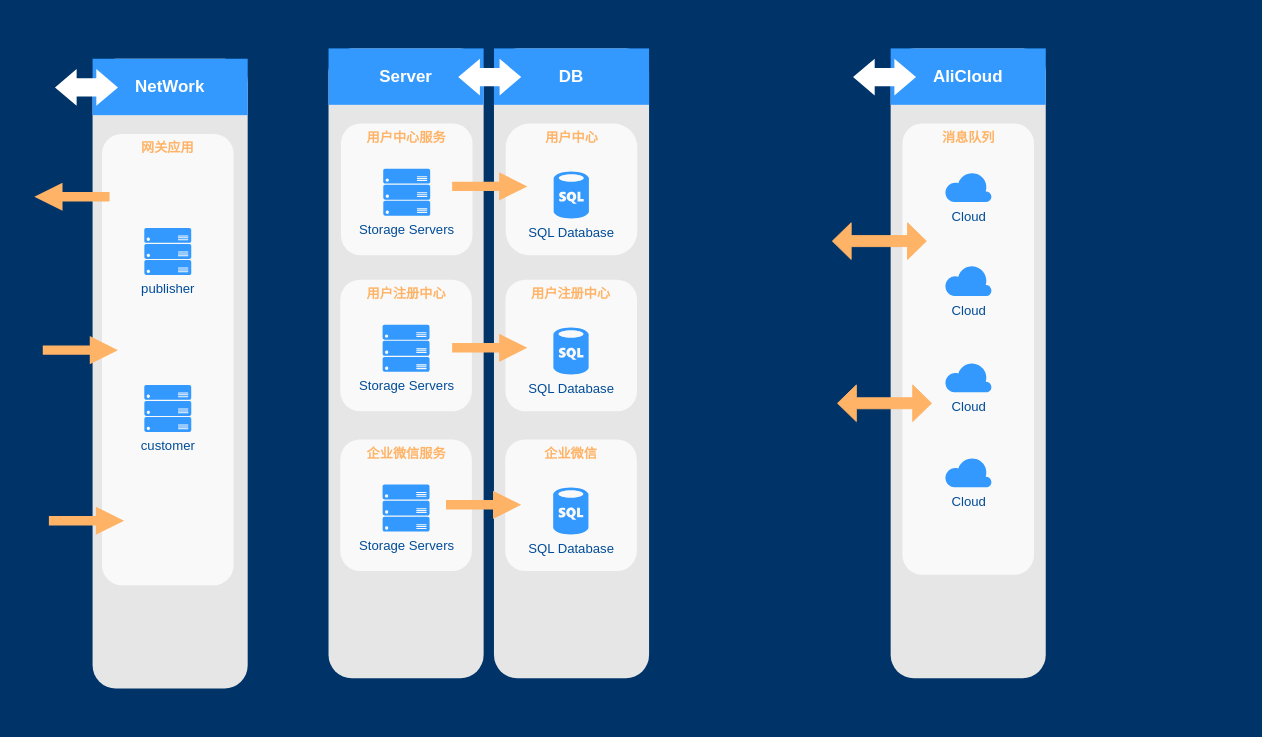
The draw.io diagram Untitled Diagram6.drawio in yigoC/test, before the edit. Source tidied: cells renumbered, new cells numbered last; positions are measured from the earlier drawing's top-left corner, leaving out a move shared by most shapes. Both pictures are drawn from the tidied source at 94%, with x=0, y=0 at pixel (34, 16).
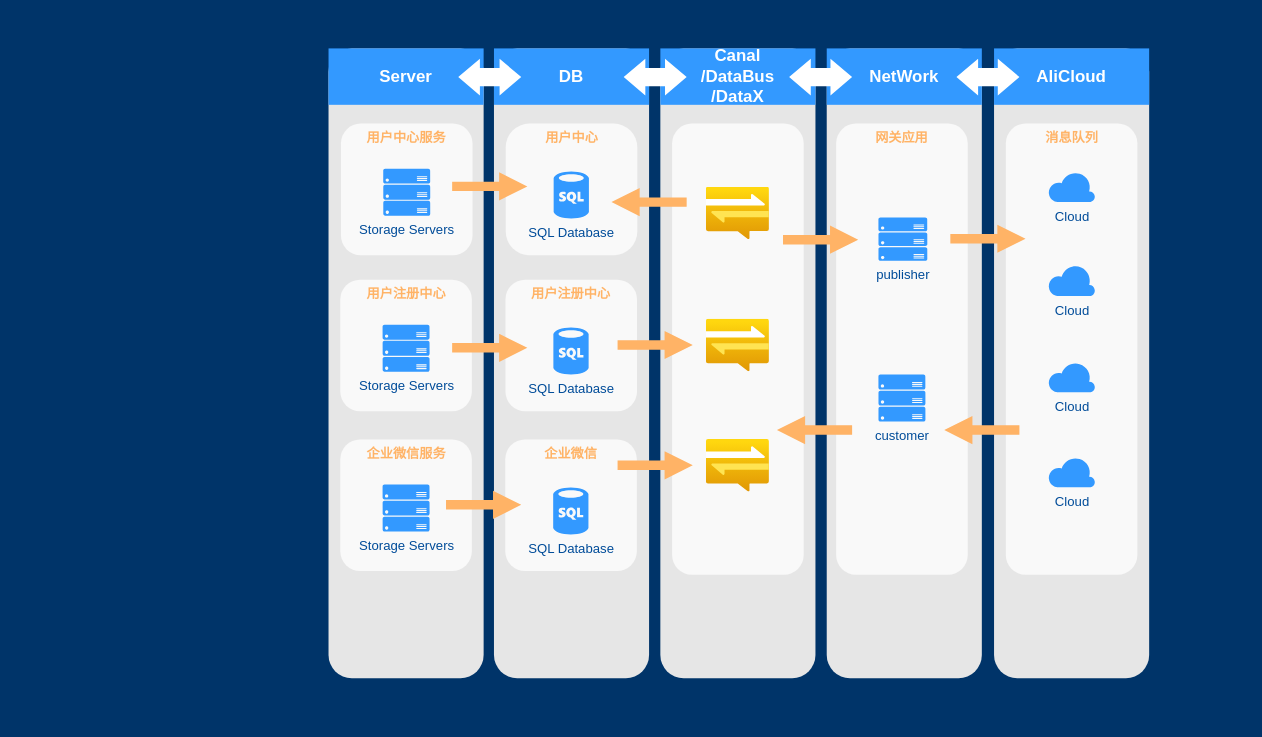
The same diagram, later.

Diff of the diagram source:
```diff
@@
     <mxCell id="4" style="rounded=1;whiteSpace=wrap;html=1;dashed=1;strokeColor=none;strokeWidth=2;fillColor=#E6E6E6;fontFamily=Verdana;fontSize=12;fontColor=#00BEF2;" parent="1" vertex="1">
-      <mxGeometry x="62" y="45" width="165" height="670" as="geometry" />
+      <mxGeometry x="843" y="34" width="165" height="670" as="geometry" />
     </mxCell>
     <mxCell id="5" style="rounded=1;whiteSpace=wrap;html=1;dashed=1;strokeColor=none;strokeWidth=2;fillColor=#E6E6E6;fontFamily=Verdana;fontSize=12;fontColor=#00BEF2;" parent="1" vertex="1">
-      <mxGeometry x="911" y="34" width="165" height="670" as="geometry" />
+      <mxGeometry x="666" y="34" width="165" height="670" as="geometry" />
     </mxCell>
@@
     <mxCell id="8" value="NetWork" style="whiteSpace=wrap;html=1;dashed=1;strokeColor=none;strokeWidth=2;fillColor=#3399FF;fontFamily=Helvetica;fontSize=18;fontColor=#FFFFFF;fontStyle=1;" parent="1" vertex="1">
-      <mxGeometry x="62" y="45" width="165" height="60" as="geometry" />
+      <mxGeometry x="843" y="34" width="165" height="60" as="geometry" />
     </mxCell>
-    <mxCell id="9" value="AliCloud" style="whiteSpace=wrap;html=1;dashed=1;strokeColor=none;strokeWidth=2;fillColor=#3399FF;fontFamily=Helvetica;fontSize=18;fontColor=#FFFFFF;fontStyle=1;" parent="1" vertex="1">
-      <mxGeometry x="911" y="34" width="165" height="60" as="geometry" />
+    <mxCell id="9" value="Canal&lt;br&gt;/DataBus&lt;br&gt;/DataX" style="whiteSpace=wrap;html=1;dashed=1;strokeColor=none;strokeWidth=2;fillColor=#3399FF;fontFamily=Helvetica;fontSize=18;fontColor=#FFFFFF;fontStyle=1;" parent="1" vertex="1">
+      <mxGeometry x="666" y="34" width="165" height="60" as="geometry" />
     </mxCell>
@@
     <mxCell id="11" style="shape=mxgraph.arrows.two_way_arrow_horizontal;html=1;verticalLabelPosition=bottom;verticalAlign=top;strokeWidth=2;strokeColor=none;dashed=1;fillColor=#FFFFFF;fontFamily=Verdana;fontSize=12;fontColor=#00BEF2;" parent="1" vertex="1">
-      <mxGeometry x="22" y="56" width="67" height="39" as="geometry" />
+      <mxGeometry x="803" y="45" width="67" height="39" as="geometry" />
     </mxCell>
     <mxCell id="12" style="shape=mxgraph.arrows.two_way_arrow_horizontal;html=1;verticalLabelPosition=bottom;verticalAlign=top;strokeWidth=2;strokeColor=none;dashed=1;fillColor=#FFFFFF;fontFamily=Verdana;fontSize=12;fontColor=#00BEF2;" parent="1" vertex="1">
-      <mxGeometry x="871" y="45" width="67" height="39" as="geometry" />
+      <mxGeometry x="627" y="45" width="67" height="39" as="geometry" />
     </mxCell>
     <mxCell id="13" value="网关应用" style="rounded=1;whiteSpace=wrap;html=1;dashed=1;strokeColor=none;strokeWidth=2;fillColor=#FFFFFF;fontFamily=Helvetica;fontSize=14;fontColor=#FFB366;opacity=75;verticalAlign=top;fontStyle=1;" parent="1" vertex="1">
-      <mxGeometry x="72" y="125" width="140" height="480" as="geometry" />
+      <mxGeometry x="853" y="114" width="140" height="480" as="geometry" />
     </mxCell>
@@
-    <mxCell id="15" value="消息队列" style="rounded=1;whiteSpace=wrap;html=1;dashed=1;strokeColor=none;strokeWidth=2;fillColor=#FFFFFF;fontFamily=Helvetica;fontSize=14;fontColor=#FFB366;opacity=75;verticalAlign=top;fontStyle=1;" parent="1" vertex="1">
-      <mxGeometry x="923.5" y="114" width="140" height="480" as="geometry" />
+    <mxCell id="15" style="rounded=1;whiteSpace=wrap;html=1;dashed=1;strokeColor=none;strokeWidth=2;fillColor=#FFFFFF;fontFamily=Helvetica;fontSize=14;fontColor=#FFB366;opacity=75;verticalAlign=top;fontStyle=1;" parent="1" vertex="1">
+      <mxGeometry x="678.5" y="114" width="140" height="480" as="geometry" />
     </mxCell>
-    <mxCell id="16" value="Cloud" style="verticalLabelPosition=bottom;html=1;verticalAlign=top;strokeColor=none;fillColor=#3399FF;shape=mxgraph.azure.cloud;dashed=1;fontSize=14;fontColor=#004C99;" parent="1" vertex="1">
-      <mxGeometry x="968.5" y="165" width="50" height="32.5" as="geometry" />
-    </mxCell>
-    <mxCell id="17" style="arrow;html=1;endArrow=block;endFill=1;strokeColor=none;strokeWidth=4;fontFamily=Helvetica;fontSize=36;fontColor=#FFB366;fillColor=#FFB366;opacity=100;" parent="1" edge="1">
-      <mxGeometry relative="1" as="geometry">
-        <mxPoint x="80" y="191.8" as="sourcePoint" />
-        <mxPoint y="191.8" as="targetPoint" />
-      </mxGeometry>
-    </mxCell>
@@
     <mxCell id="32" style="arrow;html=1;endArrow=block;endFill=1;strokeColor=none;strokeWidth=4;fontFamily=Helvetica;fontSize=36;fontColor=#FFB366;fillColor=#FFB366;" parent="1" edge="1">
       <mxGeometry relative="1" as="geometry">
-        <mxPoint x="9" y="355" as="sourcePoint" />
-        <mxPoint x="89" y="355" as="targetPoint" />
+        <mxPoint x="796.5" y="237.5" as="sourcePoint" />
+        <mxPoint x="876.5" y="237.5" as="targetPoint" />
       </mxGeometry>
     </mxCell>
-    <mxCell id="33" style="arrow;html=1;endArrow=block;endFill=1;strokeColor=none;strokeWidth=4;fontFamily=Helvetica;fontSize=36;fontColor=#FFB366;fillColor=#FFB366;" parent="1" edge="1">
-      <mxGeometry relative="1" as="geometry">
-        <mxPoint x="15.5" y="536.5" as="sourcePoint" />
-        <mxPoint x="95.5" y="536.5" as="targetPoint" />
-      </mxGeometry>
-    </mxCell>
     <mxCell id="34" value="publisher" style="verticalLabelPosition=bottom;html=1;verticalAlign=top;strokeColor=none;fillColor=#3399FF;shape=mxgraph.azure.server_rack;dashed=1;fontFamily=Helvetica;fontSize=14;fontColor=#004C99;" parent="1" vertex="1">
-      <mxGeometry x="117" y="225" width="50" height="50" as="geometry" />
+      <mxGeometry x="898" y="214" width="52" height="46" as="geometry" />
     </mxCell>
     <mxCell id="35" value="customer" style="verticalLabelPosition=bottom;html=1;verticalAlign=top;strokeColor=none;fillColor=#3399FF;shape=mxgraph.azure.server_rack;dashed=1;fontFamily=Helvetica;fontSize=14;fontColor=#004C99;" parent="1" vertex="1">
-      <mxGeometry x="117" y="392" width="50" height="50" as="geometry" />
+      <mxGeometry x="898" y="381" width="50" height="50" as="geometry" />
     </mxCell>
-    <mxCell id="36" value="Cloud" style="verticalLabelPosition=bottom;html=1;verticalAlign=top;strokeColor=none;fillColor=#3399FF;shape=mxgraph.azure.cloud;dashed=1;fontSize=14;fontColor=#004C99;" parent="1" vertex="1">
-      <mxGeometry x="968.5" y="264" width="50" height="33.5" as="geometry" />
-    </mxCell>
-    <mxCell id="37" value="Cloud" style="verticalLabelPosition=bottom;html=1;verticalAlign=top;strokeColor=none;fillColor=#3399FF;shape=mxgraph.azure.cloud;dashed=1;fontSize=14;fontColor=#004C99;" parent="1" vertex="1">
-      <mxGeometry x="968.5" y="367.5" width="50" height="32.5" as="geometry" />
-    </mxCell>
-    <mxCell id="38" value="Cloud" style="verticalLabelPosition=bottom;html=1;verticalAlign=top;strokeColor=none;fillColor=#3399FF;shape=mxgraph.azure.cloud;dashed=1;fontSize=14;fontColor=#004C99;" parent="1" vertex="1">
-      <mxGeometry x="968.5" y="468.5" width="50" height="32.5" as="geometry" />
-    </mxCell>
-    <mxCell id="39" style="shape=doubleArrow;whiteSpace=wrap;html=1;strokeColor=#FFB366;fillColor=#FFB366;" parent="1" vertex="1">
-      <mxGeometry x="849" y="219.5" width="100" height="39" as="geometry" />
-    </mxCell>
-    <mxCell id="40" style="shape=doubleArrow;whiteSpace=wrap;html=1;strokeColor=#FFB366;fillColor=#FFB366;" parent="1" vertex="1">
-      <mxGeometry x="854.5" y="392" width="100" height="39" as="geometry" />
-    </mxCell>
     <mxCell id="41" value="&amp;nbsp;&amp;nbsp;" style="text;html=1;strokeColor=none;fillColor=none;align=center;verticalAlign=middle;whiteSpace=wrap;rounded=0;" parent="1" vertex="1">
-      <mxGeometry x="310" width="850" height="20" as="geometry" />
+      <mxGeometry x="270" width="1000" height="20" as="geometry" />
     </mxCell>
     <mxCell id="42" value="&amp;nbsp;&amp;nbsp;" style="text;html=1;strokeColor=none;fillColor=none;align=center;verticalAlign=middle;whiteSpace=wrap;rounded=0;" parent="1" vertex="1">
-      <mxGeometry x="310" y="730" width="850" height="20" as="geometry" />
+      <mxGeometry x="260" y="730" width="1030" height="20" as="geometry" />
     </mxCell>
+    <mxCell id="43" style="html=1;align=center;image;fontSize=12;image=img/lib/azure2/app_services/Notification_Hubs.svg;" parent="1" vertex="1">
+      <mxGeometry x="715" y="181.5" width="67" height="56" as="geometry" />
+    </mxCell>
+    <mxCell id="44" style="html=1;align=center;image;fontSize=12;image=img/lib/azure2/app_services/Notification_Hubs.svg;" parent="1" vertex="1">
+      <mxGeometry x="715" y="322" width="67" height="56" as="geometry" />
+    </mxCell>
+    <mxCell id="45" style="rounded=1;whiteSpace=wrap;html=1;dashed=1;strokeColor=none;strokeWidth=2;fillColor=#E6E6E6;fontFamily=Verdana;fontSize=12;fontColor=#00BEF2;" parent="1" vertex="1">
+      <mxGeometry x="1021" y="34" width="165" height="670" as="geometry" />
+    </mxCell>
+    <mxCell id="46" value="AliCloud" style="whiteSpace=wrap;html=1;dashed=1;strokeColor=none;strokeWidth=2;fillColor=#3399FF;fontFamily=Helvetica;fontSize=18;fontColor=#FFFFFF;fontStyle=1;" parent="1" vertex="1">
+      <mxGeometry x="1021" y="34" width="165" height="60" as="geometry" />
+    </mxCell>
+    <mxCell id="47" value="消息队列" style="rounded=1;whiteSpace=wrap;html=1;dashed=1;strokeColor=none;strokeWidth=2;fillColor=#FFFFFF;fontFamily=Helvetica;fontSize=14;fontColor=#FFB366;opacity=75;verticalAlign=top;fontStyle=1;" parent="1" vertex="1">
+      <mxGeometry x="1033.5" y="114" width="140" height="480" as="geometry" />
+    </mxCell>
+    <mxCell id="48" value="Cloud" style="verticalLabelPosition=bottom;html=1;verticalAlign=top;strokeColor=none;fillColor=#3399FF;shape=mxgraph.azure.cloud;dashed=1;fontSize=14;fontColor=#004C99;" parent="1" vertex="1">
+      <mxGeometry x="1078.5" y="165" width="50" height="32.5" as="geometry" />
+    </mxCell>
+    <mxCell id="49" value="Cloud" style="verticalLabelPosition=bottom;html=1;verticalAlign=top;strokeColor=none;fillColor=#3399FF;shape=mxgraph.azure.cloud;dashed=1;fontSize=14;fontColor=#004C99;" parent="1" vertex="1">
+      <mxGeometry x="1078.5" y="264" width="50" height="33.5" as="geometry" />
+    </mxCell>
+    <mxCell id="50" value="Cloud" style="verticalLabelPosition=bottom;html=1;verticalAlign=top;strokeColor=none;fillColor=#3399FF;shape=mxgraph.azure.cloud;dashed=1;fontSize=14;fontColor=#004C99;" parent="1" vertex="1">
+      <mxGeometry x="1078.5" y="367.5" width="50" height="32.5" as="geometry" />
+    </mxCell>
+    <mxCell id="51" value="Cloud" style="verticalLabelPosition=bottom;html=1;verticalAlign=top;strokeColor=none;fillColor=#3399FF;shape=mxgraph.azure.cloud;dashed=1;fontSize=14;fontColor=#004C99;" parent="1" vertex="1">
+      <mxGeometry x="1078.5" y="468.5" width="50" height="32.5" as="geometry" />
+    </mxCell>
+    <mxCell id="52" style="shape=mxgraph.arrows.two_way_arrow_horizontal;html=1;verticalLabelPosition=bottom;verticalAlign=top;strokeWidth=2;strokeColor=none;dashed=1;fillColor=#FFFFFF;fontFamily=Verdana;fontSize=12;fontColor=#00BEF2;" parent="1" vertex="1">
+      <mxGeometry x="981" y="45" width="67" height="39" as="geometry" />
+    </mxCell>
+    <mxCell id="53" style="html=1;align=center;image;fontSize=12;image=img/lib/azure2/app_services/Notification_Hubs.svg;" parent="1" vertex="1">
+      <mxGeometry x="715" y="450" width="67" height="56" as="geometry" />
+    </mxCell>
+    <mxCell id="54" style="arrow;html=1;endArrow=block;endFill=1;strokeColor=none;strokeWidth=4;fontFamily=Helvetica;fontSize=36;fontColor=#FFB366;fillColor=#FFB366;opacity=100;" parent="1" edge="1">
+      <mxGeometry relative="1" as="geometry">
+        <mxPoint x="694" y="197.5" as="sourcePoint" />
+        <mxPoint x="614" y="197.5" as="targetPoint" />
+      </mxGeometry>
+    </mxCell>
+    <mxCell id="55" style="arrow;html=1;endArrow=block;endFill=1;strokeColor=none;strokeWidth=4;fontFamily=Helvetica;fontSize=36;fontColor=#FFB366;fillColor=#FFB366;" parent="1" edge="1">
+      <mxGeometry relative="1" as="geometry">
+        <mxPoint x="620.5" y="349.5" as="sourcePoint" />
+        <mxPoint x="700.5" y="349.5" as="targetPoint" />
+      </mxGeometry>
+    </mxCell>
+    <mxCell id="56" style="arrow;html=1;endArrow=block;endFill=1;strokeColor=none;strokeWidth=4;fontFamily=Helvetica;fontSize=36;fontColor=#FFB366;fillColor=#FFB366;" parent="1" edge="1">
+      <mxGeometry relative="1" as="geometry">
+        <mxPoint x="620.5" y="477.5" as="sourcePoint" />
+        <mxPoint x="700.5" y="477.5" as="targetPoint" />
+      </mxGeometry>
+    </mxCell>
+    <mxCell id="57" style="arrow;html=1;endArrow=block;endFill=1;strokeColor=none;strokeWidth=4;fontFamily=Helvetica;fontSize=36;fontColor=#FFB366;fillColor=#FFB366;opacity=100;" parent="1" edge="1">
+      <mxGeometry relative="1" as="geometry">
+        <mxPoint x="870" y="440" as="sourcePoint" />
+        <mxPoint x="790" y="440" as="targetPoint" />
+      </mxGeometry>
+    </mxCell>
+    <mxCell id="58" style="arrow;html=1;endArrow=block;endFill=1;strokeColor=none;strokeWidth=4;fontFamily=Helvetica;fontSize=36;fontColor=#FFB366;fillColor=#FFB366;" parent="1" edge="1">
+      <mxGeometry relative="1" as="geometry">
+        <mxPoint x="974.5" y="236.5" as="sourcePoint" />
+        <mxPoint x="1054.5" y="236.5" as="targetPoint" />
+      </mxGeometry>
+    </mxCell>
+    <mxCell id="59" style="arrow;html=1;endArrow=block;endFill=1;strokeColor=none;strokeWidth=4;fontFamily=Helvetica;fontSize=36;fontColor=#FFB366;fillColor=#FFB366;opacity=100;" parent="1" edge="1">
+      <mxGeometry relative="1" as="geometry">
+        <mxPoint x="1048" y="440" as="sourcePoint" />
+        <mxPoint x="968" y="440" as="targetPoint" />
+      </mxGeometry>
+    </mxCell>
```
